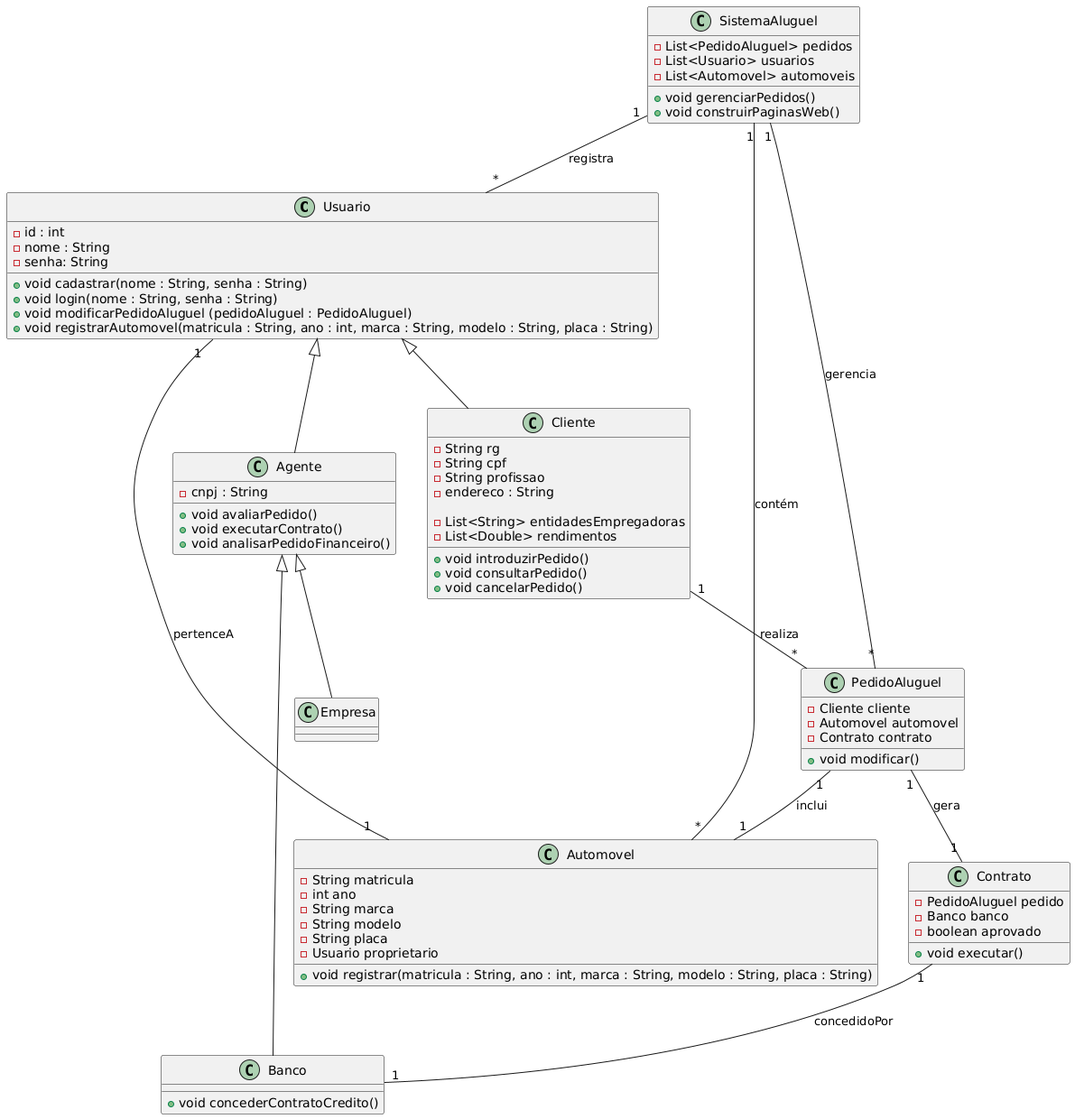
Before: project/img/classdiagram.png, a diagram exported from PlantUML (iannovais/LDS-aluguel-de-veiculos).
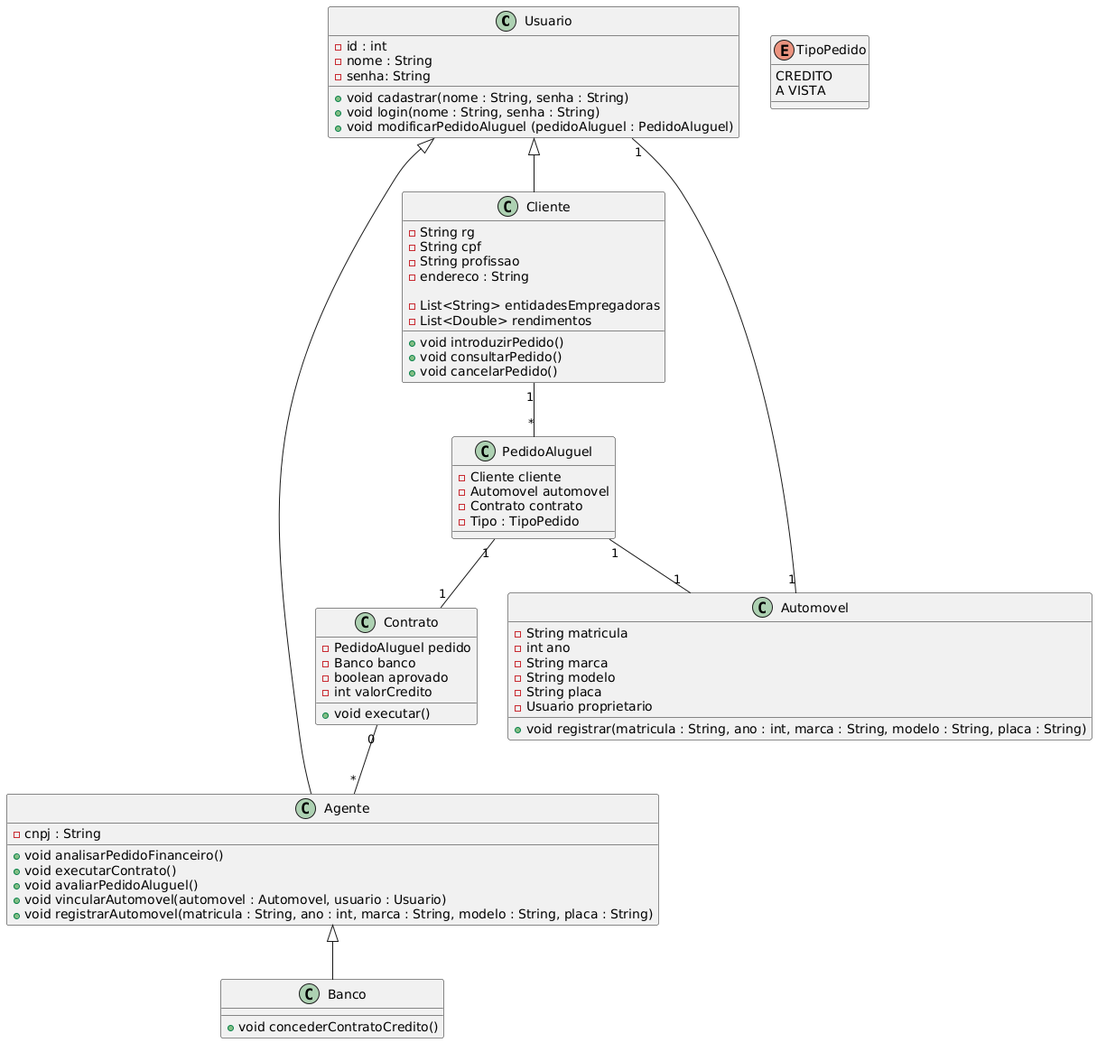
After the commit.

Change to the diagram source:
```diff
@@ -7,7 +7,6 @@
     + void cadastrar(nome : String, senha : String)
     + void login(nome : String, senha : String)
     + void modificarPedidoAluguel (pedidoAluguel : PedidoAluguel)
-    + void registrarAutomovel(matricula : String, ano : int, marca : String, modelo : String, placa : String)
 }
 
 class Cliente extends Usuario {
@@ -27,12 +26,13 @@
 class Agente extends Usuario {
     - cnpj : String
 
-    + void avaliarPedido()
+    + void analisarPedidoFinanceiro()
     + void executarContrato()
-    + void analisarPedidoFinanceiro()
+    + void avaliarPedidoAluguel()
+    + void vincularAutomovel(automovel : Automovel, usuario : Usuario)
+    + void registrarAutomovel(matricula : String, ano : int, marca : String, modelo : String, placa : String)
 }
 
-class Empresa extends Agente {}
 
 class Banco extends Agente {
     + void concederContratoCredito()
@@ -42,7 +42,12 @@
     - Cliente cliente
     - Automovel automovel
     - Contrato contrato
-    + void modificar()
+    - Tipo : TipoPedido
+}
+
+enum TipoPedido {
+    CREDITO
+    A VISTA
 }
 
 class Automovel {
@@ -60,23 +65,13 @@
     - PedidoAluguel pedido
     - Banco banco
     - boolean aprovado
+    - int valorCredito
     + void executar()
 }
 
-class SistemaAluguel {
-    - List<PedidoAluguel> pedidos
-    - List<Usuario> usuarios
-    - List<Automovel> automoveis
-    + void gerenciarPedidos()
-    + void construirPaginasWeb()
-}
-
-Cliente "1" -- "*" PedidoAluguel : realiza
-PedidoAluguel "1" -- "1" Automovel : inclui
-PedidoAluguel "1" -- "1" Contrato : gera
-Contrato "1" -- "1" Banco : concedidoPor
-Automovel "1" -- "1" Usuario : pertenceA
-SistemaAluguel "1" -- "*" PedidoAluguel : gerencia
-SistemaAluguel "1" -- "*" Usuario : registra
-SistemaAluguel "1" -- "*" Automovel : contém
+Cliente "1" -- "*" PedidoAluguel
+PedidoAluguel "1" -- "1" Automovel
+PedidoAluguel "1" -- "1" Contrato
+Contrato "0" -- "*" Agente
+Automovel "1" -- "1" Usuario
 @enduml
```
